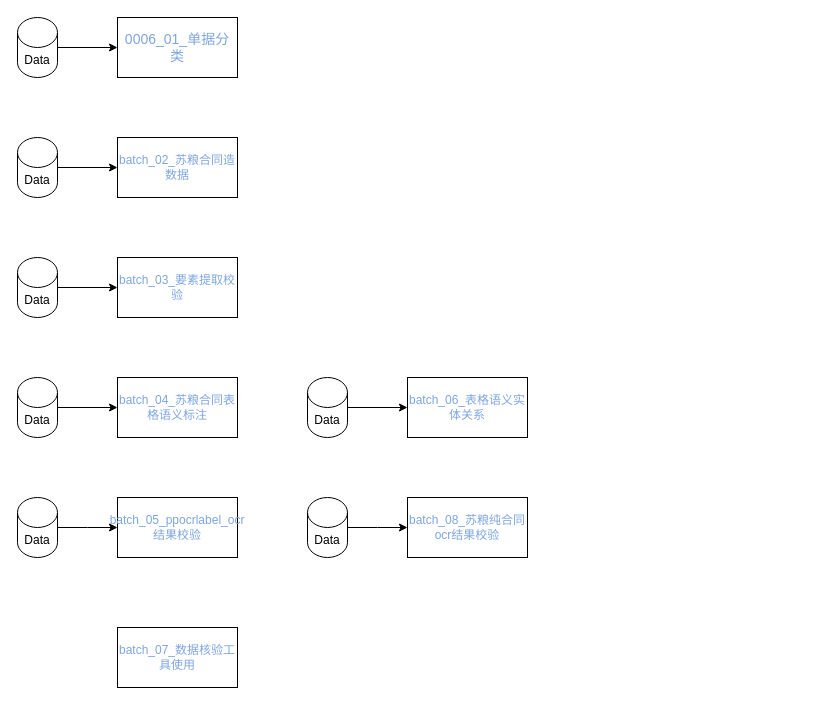
This is page "第 1 页" (2 of 2) of TagTaskRelationship.drawio from Saiable/drawio, a draw.io file, before an edit. Source tidied: cells renumbered, new cells numbered last; positions are measured from the earlier drawing's top-left corner, leaving out a move shared by most shapes. Both pictures are drawn from the tidied source at 100%, with x=0, y=0 at pixel (17, 17).
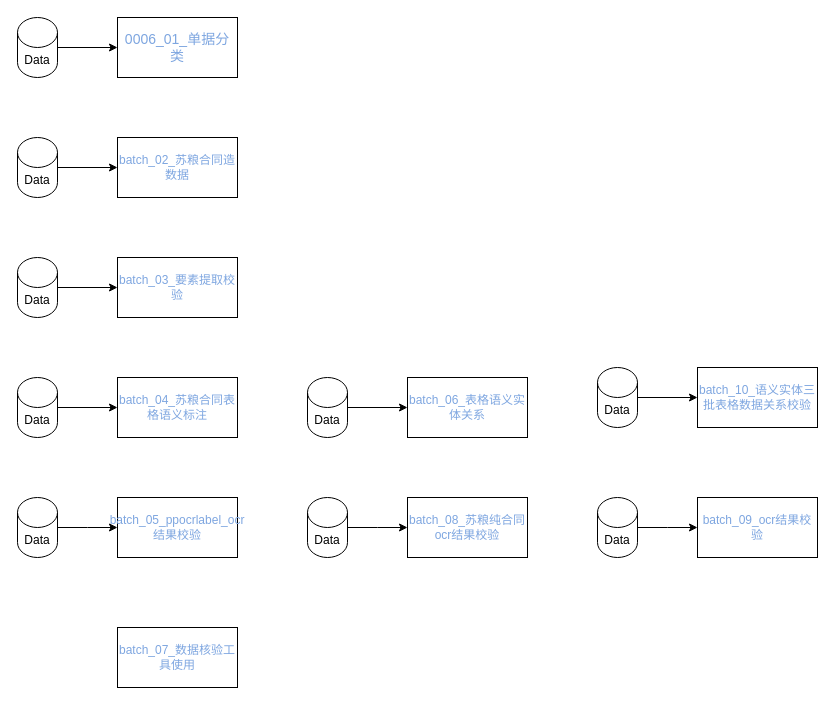
The same diagram, later.

Change to the diagram source:
```diff
@@
+    <mxCell id="24" value="batch_09_ocr结果校验" style="rounded=0;whiteSpace=wrap;html=1;fontColor=#7EA6E0;" parent="1" vertex="1">
+      <mxGeometry x="680" y="480" width="120" height="60" as="geometry" />
+    </mxCell>
+    <mxCell id="25" style="edgeStyle=orthogonalEdgeStyle;rounded=0;jettySize=auto;html=1;entryX=0;entryY=0.5;entryDx=0;entryDy=0;" parent="1" edge="1" source="26">
+      <mxGeometry relative="1" as="geometry">
+        <mxPoint x="680" y="510" as="targetPoint" />
+      </mxGeometry>
+    </mxCell>
+    <mxCell id="26" value="Data" style="shape=cylinder3;whiteSpace=wrap;html=1;boundedLbl=1;backgroundOutline=1;size=15;" parent="1" vertex="1">
+      <mxGeometry x="580" y="480" width="40" height="60" as="geometry" />
+    </mxCell>
+    <mxCell id="27" value="batch_10_语义实体三批表格数据关系校验" style="rounded=0;whiteSpace=wrap;html=1;fontColor=#7EA6E0;" parent="1" vertex="1">
+      <mxGeometry x="680" y="350" width="120" height="60" as="geometry" />
+    </mxCell>
+    <mxCell id="28" style="edgeStyle=orthogonalEdgeStyle;rounded=0;jettySize=auto;html=1;entryX=0;entryY=0.5;entryDx=0;entryDy=0;" parent="1" edge="1" source="29" target="27">
+      <mxGeometry relative="1" as="geometry" />
+    </mxCell>
+    <mxCell id="29" value="Data" style="shape=cylinder3;whiteSpace=wrap;html=1;boundedLbl=1;backgroundOutline=1;size=15;" parent="1" vertex="1">
+      <mxGeometry x="580" y="350" width="40" height="60" as="geometry" />
+    </mxCell>
```
